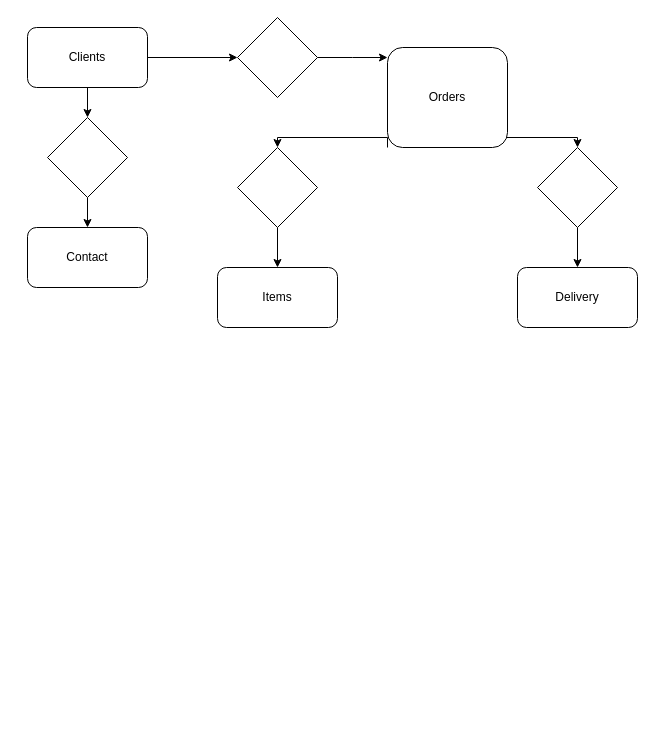
Above: tools/Untitled Diagram.drawio in melsiddieg/pc (draw.io), before the change. Source tidied: cells renumbered, new cells numbered last; positions are measured from the earlier drawing's top-left corner, leaving out a move shared by most shapes. Both pictures are drawn from the tidied source at 100%, with x=0, y=0 at pixel (27, 17).
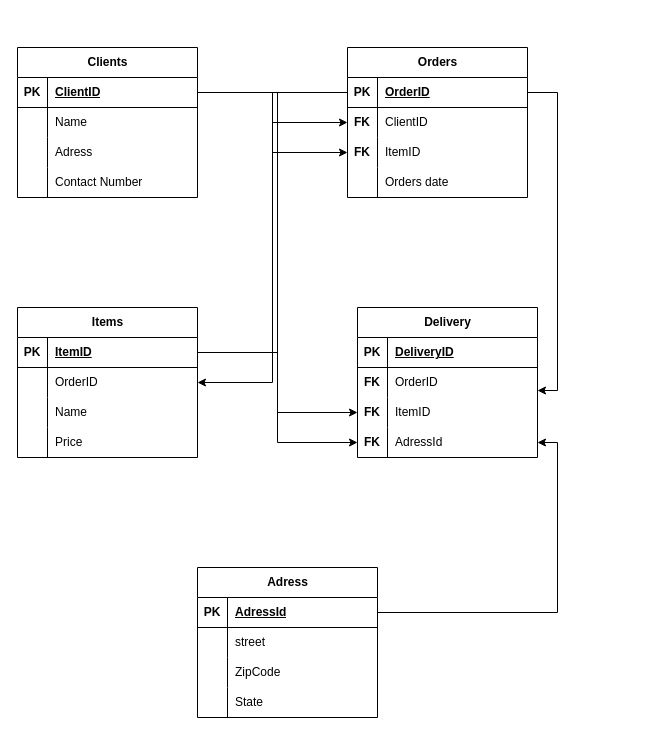
Above is the later version.

The edit, as a diff of the source:
```diff
@@
+    <mxCell id="5" value="Clients" style="shape=table;startSize=30;childLayout=tableLayout;rowLines=0;fontStyle=1;align=center;html=1;" parent="1" vertex="1">
+      <mxGeometry x="-10" y="30" width="180" height="150" as="geometry" />
+    </mxCell>
+    <mxCell id="19" style="shape=tableRow;horizontal=0;startSize=0;swimlaneHead=0;swimlaneBody=0;fillColor=none;points=[[0,0.5],[1,0.5]];portConstraint=eastwest;top=0;left=0;right=0;bottom=1;" parent="5" vertex="1">
+      <mxGeometry y="30" width="180" height="30" as="geometry" />
+    </mxCell>
+    <mxCell id="20" value="PK" style="shape=partialRectangle;fillColor=none;top=0;left=0;bottom=0;right=0;fontStyle=1;overflow=hidden;whiteSpace=wrap;html=1;" parent="19" vertex="1">
+      <mxGeometry width="30" height="30" as="geometry" />
+    </mxCell>
+    <mxCell id="21" value="ClientID" style="shape=partialRectangle;fillColor=none;top=0;left=0;bottom=0;right=0;align=left;spacingLeft=6;fontStyle=5;overflow=hidden;whiteSpace=wrap;html=1;" parent="19" vertex="1">
+      <mxGeometry x="30" width="150" height="30" as="geometry" />
+    </mxCell>
+    <mxCell id="22" style="shape=tableRow;horizontal=0;startSize=0;swimlaneHead=0;swimlaneBody=0;fillColor=none;top=0;left=0;right=0;bottom=0;" parent="5" vertex="1">
+      <mxGeometry y="60" width="180" height="30" as="geometry" />
+    </mxCell>
+    <mxCell id="23" style="shape=partialRectangle;fillColor=none;top=0;left=0;bottom=0;right=0;overflow=hidden;whiteSpace=wrap;html=1;" parent="22" vertex="1">
+      <mxGeometry width="30" height="30" as="geometry" />
+    </mxCell>
+    <mxCell id="24" value="Name" style="shape=partialRectangle;fillColor=none;top=0;left=0;bottom=0;right=0;align=left;spacingLeft=6;overflow=hidden;whiteSpace=wrap;html=1;" parent="22" vertex="1">
+      <mxGeometry x="30" width="150" height="30" as="geometry" />
+    </mxCell>
+    <mxCell id="25" style="shape=tableRow;horizontal=0;startSize=0;swimlaneHead=0;swimlaneBody=0;fillColor=none;top=0;left=0;right=0;bottom=0;" parent="5" vertex="1">
+      <mxGeometry y="90" width="180" height="30" as="geometry" />
+    </mxCell>
+    <mxCell id="26" style="shape=partialRectangle;fillColor=none;top=0;left=0;bottom=0;right=0;overflow=hidden;whiteSpace=wrap;html=1;" parent="25" vertex="1">
+      <mxGeometry width="30" height="30" as="geometry" />
+    </mxCell>
+    <mxCell id="27" value="Adress" style="shape=partialRectangle;fillColor=none;top=0;left=0;bottom=0;right=0;align=left;spacingLeft=6;overflow=hidden;whiteSpace=wrap;html=1;" parent="25" vertex="1">
+      <mxGeometry x="30" width="150" height="30" as="geometry" />
+    </mxCell>
+    <mxCell id="28" style="shape=tableRow;horizontal=0;startSize=0;swimlaneHead=0;swimlaneBody=0;fillColor=none;top=0;left=0;right=0;bottom=0;" parent="5" vertex="1">
+      <mxGeometry y="120" width="180" height="30" as="geometry" />
+    </mxCell>
+    <mxCell id="29" style="shape=partialRectangle;fillColor=none;top=0;left=0;bottom=0;right=0;overflow=hidden;whiteSpace=wrap;html=1;" parent="28" vertex="1">
+      <mxGeometry width="30" height="30" as="geometry" />
+    </mxCell>
+    <mxCell id="30" value="Contact Number" style="shape=partialRectangle;fillColor=none;top=0;left=0;bottom=0;right=0;align=left;spacingLeft=6;overflow=hidden;whiteSpace=wrap;html=1;" parent="28" vertex="1">
+      <mxGeometry x="30" width="150" height="30" as="geometry" />
+    </mxCell>
+    <mxCell id="8" value="Orders" style="shape=table;startSize=30;childLayout=tableLayout;rowLines=0;fontStyle=1;align=center;html=1;" parent="1" vertex="1">
+      <mxGeometry x="320" y="30" width="180" height="150" as="geometry" />
+    </mxCell>
+    <mxCell id="31" style="shape=tableRow;horizontal=0;startSize=0;swimlaneHead=0;swimlaneBody=0;fillColor=none;points=[[0,0.5],[1,0.5]];portConstraint=eastwest;top=0;left=0;right=0;bottom=1;" parent="8" vertex="1">
+      <mxGeometry y="30" width="180" height="30" as="geometry" />
+    </mxCell>
+    <mxCell id="32" value="PK" style="shape=partialRectangle;fillColor=none;top=0;left=0;bottom=0;right=0;fontStyle=1;overflow=hidden;whiteSpace=wrap;html=1;" parent="31" vertex="1">
+      <mxGeometry width="30" height="30" as="geometry" />
+    </mxCell>
+    <mxCell id="33" value="OrderID" style="shape=partialRectangle;fillColor=none;top=0;left=0;bottom=0;right=0;align=left;spacingLeft=6;fontStyle=5;overflow=hidden;whiteSpace=wrap;html=1;" parent="31" vertex="1">
+      <mxGeometry x="30" width="150" height="30" as="geometry" />
+    </mxCell>
+    <mxCell id="34" style="shape=tableRow;horizontal=0;startSize=0;swimlaneHead=0;swimlaneBody=0;fillColor=none;points=[[0,0.5],[1,0.5]];portConstraint=eastwest;top=0;left=0;right=0;bottom=0;" parent="8" vertex="1">
+      <mxGeometry y="60" width="180" height="30" as="geometry" />
+    </mxCell>
+    <mxCell id="35" value="&lt;b&gt;FK&lt;/b&gt;" style="shape=partialRectangle;fillColor=none;top=0;left=0;bottom=0;right=0;overflow=hidden;whiteSpace=wrap;html=1;" parent="34" vertex="1">
+      <mxGeometry width="30" height="30" as="geometry" />
+    </mxCell>
+    <mxCell id="36" value="ClientID" style="shape=partialRectangle;fillColor=none;top=0;left=0;bottom=0;right=0;align=left;spacingLeft=6;overflow=hidden;whiteSpace=wrap;html=1;" parent="34" vertex="1">
+      <mxGeometry x="30" width="150" height="30" as="geometry" />
+    </mxCell>
+    <mxCell id="37" style="shape=tableRow;horizontal=0;startSize=0;swimlaneHead=0;swimlaneBody=0;fillColor=none;points=[[0,0.5],[1,0.5]];portConstraint=eastwest;top=0;left=0;right=0;bottom=0;" parent="8" vertex="1">
+      <mxGeometry y="90" width="180" height="30" as="geometry" />
+    </mxCell>
+    <mxCell id="38" value="&lt;b&gt;FK&lt;/b&gt;" style="shape=partialRectangle;fillColor=none;top=0;left=0;bottom=0;right=0;overflow=hidden;whiteSpace=wrap;html=1;" parent="37" vertex="1">
+      <mxGeometry width="30" height="30" as="geometry" />
+    </mxCell>
+    <mxCell id="39" value="ItemID" style="shape=partialRectangle;fillColor=none;top=0;left=0;bottom=0;right=0;align=left;spacingLeft=6;overflow=hidden;whiteSpace=wrap;html=1;" parent="37" vertex="1">
+      <mxGeometry x="30" width="150" height="30" as="geometry" />
+    </mxCell>
+    <mxCell id="40" style="shape=tableRow;horizontal=0;startSize=0;swimlaneHead=0;swimlaneBody=0;fillColor=none;top=0;left=0;right=0;bottom=0;" parent="8" vertex="1">
+      <mxGeometry y="120" width="180" height="30" as="geometry" />
+    </mxCell>
+    <mxCell id="41" style="shape=partialRectangle;fillColor=none;top=0;left=0;bottom=0;right=0;overflow=hidden;whiteSpace=wrap;html=1;" parent="40" vertex="1">
+      <mxGeometry width="30" height="30" as="geometry" />
+    </mxCell>
+    <mxCell id="42" value="Orders date" style="shape=partialRectangle;fillColor=none;top=0;left=0;bottom=0;right=0;align=left;spacingLeft=6;overflow=hidden;whiteSpace=wrap;html=1;" parent="40" vertex="1">
+      <mxGeometry x="30" width="150" height="30" as="geometry" />
+    </mxCell>
+    <mxCell id="18" value="Items" style="shape=table;startSize=30;childLayout=tableLayout;rowLines=0;fontStyle=1;align=center;html=1;" parent="1" vertex="1">
+      <mxGeometry x="-10" y="290" width="180" height="150" as="geometry" />
+    </mxCell>
+    <mxCell id="43" style="shape=tableRow;horizontal=0;startSize=0;swimlaneHead=0;swimlaneBody=0;fillColor=none;points=[[0,0.5],[1,0.5]];portConstraint=eastwest;top=0;left=0;right=0;bottom=1;" parent="18" vertex="1">
+      <mxGeometry y="30" width="180" height="30" as="geometry" />
+    </mxCell>
+    <mxCell id="44" value="PK" style="shape=partialRectangle;fillColor=none;top=0;left=0;bottom=0;right=0;fontStyle=1;overflow=hidden;whiteSpace=wrap;html=1;" parent="43" vertex="1">
+      <mxGeometry width="30" height="30" as="geometry" />
+    </mxCell>
+    <mxCell id="45" value="ItemID" style="shape=partialRectangle;fillColor=none;top=0;left=0;bottom=0;right=0;align=left;spacingLeft=6;fontStyle=5;overflow=hidden;whiteSpace=wrap;html=1;" parent="43" vertex="1">
+      <mxGeometry x="30" width="150" height="30" as="geometry" />
+    </mxCell>
+    <mxCell id="46" style="shape=tableRow;horizontal=0;startSize=0;swimlaneHead=0;swimlaneBody=0;fillColor=none;points=[[0,0.5],[1,0.5]];portConstraint=eastwest;top=0;left=0;right=0;bottom=0;" parent="18" vertex="1">
+      <mxGeometry y="60" width="180" height="30" as="geometry" />
+    </mxCell>
+    <mxCell id="47" style="shape=partialRectangle;fillColor=none;top=0;left=0;bottom=0;right=0;overflow=hidden;whiteSpace=wrap;html=1;" parent="46" vertex="1">
+      <mxGeometry width="30" height="30" as="geometry" />
+    </mxCell>
+    <mxCell id="48" value="OrderID" style="shape=partialRectangle;fillColor=none;top=0;left=0;bottom=0;right=0;align=left;spacingLeft=6;overflow=hidden;whiteSpace=wrap;html=1;" parent="46" vertex="1">
+      <mxGeometry x="30" width="150" height="30" as="geometry" />
+    </mxCell>
+    <mxCell id="49" style="shape=tableRow;horizontal=0;startSize=0;swimlaneHead=0;swimlaneBody=0;fillColor=none;top=0;left=0;right=0;bottom=0;" parent="18" vertex="1">
+      <mxGeometry y="90" width="180" height="30" as="geometry" />
+    </mxCell>
+    <mxCell id="50" style="shape=partialRectangle;fillColor=none;top=0;left=0;bottom=0;right=0;overflow=hidden;whiteSpace=wrap;html=1;" parent="49" vertex="1">
+      <mxGeometry width="30" height="30" as="geometry" />
+    </mxCell>
+    <mxCell id="51" value="Name" style="shape=partialRectangle;fillColor=none;top=0;left=0;bottom=0;right=0;align=left;spacingLeft=6;overflow=hidden;whiteSpace=wrap;html=1;" parent="49" vertex="1">
+      <mxGeometry x="30" width="150" height="30" as="geometry" />
+    </mxCell>
+    <mxCell id="52" style="shape=tableRow;horizontal=0;startSize=0;swimlaneHead=0;swimlaneBody=0;fillColor=none;top=0;left=0;right=0;bottom=0;" parent="18" vertex="1">
+      <mxGeometry y="120" width="180" height="30" as="geometry" />
+    </mxCell>
+    <mxCell id="53" style="shape=partialRectangle;fillColor=none;top=0;left=0;bottom=0;right=0;overflow=hidden;whiteSpace=wrap;html=1;" parent="52" vertex="1">
+      <mxGeometry width="30" height="30" as="geometry" />
+    </mxCell>
+    <mxCell id="54" value="Price" style="shape=partialRectangle;fillColor=none;top=0;left=0;bottom=0;right=0;align=left;spacingLeft=6;overflow=hidden;whiteSpace=wrap;html=1;" parent="52" vertex="1">
+      <mxGeometry x="30" width="150" height="30" as="geometry" />
+    </mxCell>
-    <mxCell id="2" value="Delivery" style="rounded=1;whiteSpace=wrap;html=1;" parent="1" vertex="1">
-      <mxGeometry x="490" y="250" width="120" height="60" as="geometry" />
+    <mxCell id="2" value="Delivery" style="shape=table;startSize=30;childLayout=tableLayout;rowLines=0;fontStyle=1;align=center;html=1;" parent="1" vertex="1">
+      <mxGeometry x="330" y="290" width="180" height="150" as="geometry" />
     </mxCell>
-    <mxCell id="3" style="edgeStyle=orthogonalEdgeStyle;rounded=0;jettySize=auto;html=1;exitX=1;exitY=0.5;exitDx=0;exitDy=0;entryX=0;entryY=0.5;entryDx=0;entryDy=0;" parent="1" edge="1" source="5" target="12">
-      <mxGeometry relative="1" as="geometry" />
-    </mxCell>
-    <mxCell id="4" style="edgeStyle=orthogonalEdgeStyle;rounded=0;jettySize=auto;html=1;exitX=0.5;exitY=1;exitDx=0;exitDy=0;entryX=0.5;entryY=0;entryDx=0;entryDy=0;" parent="1" edge="1" source="5" target="10">
-      <mxGeometry relative="1" as="geometry" />
-    </mxCell>
-    <mxCell id="5" value="Clients" style="rounded=1;whiteSpace=wrap;html=1;" parent="1" vertex="1">
-      <mxGeometry y="10" width="120" height="60" as="geometry" />
-    </mxCell>
-    <mxCell id="6" style="edgeStyle=orthogonalEdgeStyle;rounded=0;jettySize=auto;html=1;exitX=0.5;exitY=1;exitDx=0;exitDy=0;entryX=0.5;entryY=0;entryDx=0;entryDy=0;" parent="1" edge="1" source="8" target="14">
-      <mxGeometry relative="1" as="geometry">
-        <Array as="points">
-          <mxPoint x="420" y="120" />
-          <mxPoint x="550" y="120" />
-        </Array>
-      </mxGeometry>
-    </mxCell>
-    <mxCell id="7" style="edgeStyle=orthogonalEdgeStyle;rounded=0;jettySize=auto;html=1;exitX=0;exitY=1;exitDx=0;exitDy=0;" parent="1" edge="1" source="8" target="16">
-      <mxGeometry relative="1" as="geometry">
-        <Array as="points">
-          <mxPoint x="360" y="120" />
-          <mxPoint x="250" y="120" />
-        </Array>
-      </mxGeometry>
-    </mxCell>
-    <mxCell id="8" value="Orders" style="rounded=1;whiteSpace=wrap;html=1;" parent="1" vertex="1">
-      <mxGeometry x="360" y="30" width="120" height="100" as="geometry" />
-    </mxCell>
-    <mxCell id="9" style="edgeStyle=orthogonalEdgeStyle;rounded=0;jettySize=auto;html=1;exitX=0.5;exitY=1;exitDx=0;exitDy=0;entryX=0.5;entryY=0;entryDx=0;entryDy=0;" parent="1" edge="1" source="10" target="17">
-      <mxGeometry relative="1" as="geometry" />
-    </mxCell>
-    <mxCell id="10" style="rhombus;whiteSpace=wrap;html=1;" parent="1" vertex="1">
-      <mxGeometry x="20" y="100" width="80" height="80" as="geometry" />
-    </mxCell>
-    <mxCell id="11" style="edgeStyle=orthogonalEdgeStyle;rounded=0;jettySize=auto;html=1;" parent="1" edge="1" source="12">
-      <mxGeometry relative="1" as="geometry">
-        <mxPoint x="360" y="40" as="targetPoint" />
-      </mxGeometry>
-    </mxCell>
-    <mxCell id="12" style="rhombus;whiteSpace=wrap;html=1;" parent="1" vertex="1">
-      <mxGeometry x="210" width="80" height="80" as="geometry" />
-    </mxCell>
-    <mxCell id="13" style="edgeStyle=orthogonalEdgeStyle;rounded=0;jettySize=auto;html=1;exitX=0.5;exitY=1;exitDx=0;exitDy=0;entryX=0.5;entryY=0;entryDx=0;entryDy=0;" parent="1" edge="1" source="14" target="2">
-      <mxGeometry relative="1" as="geometry" />
-    </mxCell>
-    <mxCell id="14" style="rhombus;whiteSpace=wrap;html=1;" parent="1" vertex="1">
-      <mxGeometry x="510" y="130" width="80" height="80" as="geometry" />
-    </mxCell>
-    <mxCell id="15" style="edgeStyle=orthogonalEdgeStyle;rounded=0;jettySize=auto;html=1;exitX=0.5;exitY=1;exitDx=0;exitDy=0;" parent="1" edge="1" source="16" target="18">
-      <mxGeometry relative="1" as="geometry" />
-    </mxCell>
-    <mxCell id="16" style="rhombus;whiteSpace=wrap;html=1;" parent="1" vertex="1">
-      <mxGeometry x="210" y="130" width="80" height="80" as="geometry" />
-    </mxCell>
-    <mxCell id="17" value="Contact" style="rounded=1;whiteSpace=wrap;html=1;" parent="1" vertex="1">
-      <mxGeometry y="210" width="120" height="60" as="geometry" />
-    </mxCell>
-    <mxCell id="18" value="Items" style="rounded=1;whiteSpace=wrap;html=1;" parent="1" vertex="1">
-      <mxGeometry x="190" y="250" width="120" height="60" as="geometry" />
-    </mxCell>
+    <mxCell id="55" style="shape=tableRow;horizontal=0;startSize=0;swimlaneHead=0;swimlaneBody=0;fillColor=none;top=0;left=0;right=0;bottom=1;" parent="2" vertex="1">
+      <mxGeometry y="30" width="180" height="30" as="geometry" />
+    </mxCell>
+    <mxCell id="56" value="PK" style="shape=partialRectangle;fillColor=none;top=0;left=0;bottom=0;right=0;fontStyle=1;overflow=hidden;whiteSpace=wrap;html=1;" parent="55" vertex="1">
+      <mxGeometry width="30" height="30" as="geometry" />
+    </mxCell>
+    <mxCell id="57" value="DeliveryID" style="shape=partialRectangle;fillColor=none;top=0;left=0;bottom=0;right=0;align=left;spacingLeft=6;fontStyle=5;overflow=hidden;whiteSpace=wrap;html=1;" parent="55" vertex="1">
+      <mxGeometry x="30" width="150" height="30" as="geometry" />
+    </mxCell>
+    <mxCell id="58" style="shape=tableRow;horizontal=0;startSize=0;swimlaneHead=0;swimlaneBody=0;fillColor=none;points=[[0,0.5],[1,0.5]];portConstraint=eastwest;top=0;left=0;right=0;bottom=0;" parent="2" vertex="1">
+      <mxGeometry y="60" width="180" height="30" as="geometry" />
+    </mxCell>
+    <mxCell id="59" value="&lt;b&gt;FK&lt;/b&gt;" style="shape=partialRectangle;fillColor=none;top=0;left=0;bottom=0;right=0;overflow=hidden;whiteSpace=wrap;html=1;" parent="58" vertex="1">
+      <mxGeometry width="30" height="30" as="geometry" />
+    </mxCell>
+    <mxCell id="60" value="OrderID" style="shape=partialRectangle;fillColor=none;top=0;left=0;bottom=0;right=0;align=left;spacingLeft=6;overflow=hidden;whiteSpace=wrap;html=1;" parent="58" vertex="1">
+      <mxGeometry x="30" width="150" height="30" as="geometry" />
+    </mxCell>
+    <mxCell id="61" style="shape=tableRow;horizontal=0;startSize=0;swimlaneHead=0;swimlaneBody=0;fillColor=none;points=[[0,0.5],[1,0.5]];portConstraint=eastwest;top=0;left=0;right=0;bottom=0;" parent="2" vertex="1">
+      <mxGeometry y="90" width="180" height="30" as="geometry" />
+    </mxCell>
+    <mxCell id="62" value="&lt;b&gt;FK&lt;/b&gt;" style="shape=partialRectangle;fillColor=none;top=0;left=0;bottom=0;right=0;overflow=hidden;whiteSpace=wrap;html=1;" parent="61" vertex="1">
+      <mxGeometry width="30" height="30" as="geometry" />
+    </mxCell>
+    <mxCell id="63" value="ItemID" style="shape=partialRectangle;fillColor=none;top=0;left=0;bottom=0;right=0;align=left;spacingLeft=6;overflow=hidden;whiteSpace=wrap;html=1;" parent="61" vertex="1">
+      <mxGeometry x="30" width="150" height="30" as="geometry" />
+    </mxCell>
+    <mxCell id="64" style="shape=tableRow;horizontal=0;startSize=0;swimlaneHead=0;swimlaneBody=0;fillColor=none;points=[[0,0.5],[1,0.5]];portConstraint=eastwest;top=0;left=0;right=0;bottom=0;" parent="2" vertex="1">
+      <mxGeometry y="120" width="180" height="30" as="geometry" />
+    </mxCell>
+    <mxCell id="65" value="&lt;b&gt;FK&lt;/b&gt;" style="shape=partialRectangle;fillColor=none;top=0;left=0;bottom=0;right=0;overflow=hidden;whiteSpace=wrap;html=1;" parent="64" vertex="1">
+      <mxGeometry width="30" height="30" as="geometry" />
+    </mxCell>
+    <mxCell id="66" value="AdressId" style="shape=partialRectangle;fillColor=none;top=0;left=0;bottom=0;right=0;align=left;spacingLeft=6;overflow=hidden;whiteSpace=wrap;html=1;" parent="64" vertex="1">
+      <mxGeometry x="30" width="150" height="30" as="geometry" />
+    </mxCell>
+    <mxCell id="67" style="edgeStyle=orthogonalEdgeStyle;rounded=0;jettySize=auto;html=1;entryX=0;entryY=0.5;entryDx=0;entryDy=0;" parent="1" edge="1" source="19" target="34">
+      <mxGeometry relative="1" as="geometry" />
+    </mxCell>
+    <mxCell id="68" style="edgeStyle=orthogonalEdgeStyle;rounded=0;jettySize=auto;html=1;entryX=1;entryY=0.5;entryDx=0;entryDy=0;" parent="1" edge="1" source="31" target="46">
+      <mxGeometry relative="1" as="geometry" />
+    </mxCell>
+    <mxCell id="69" style="edgeStyle=orthogonalEdgeStyle;rounded=0;jettySize=auto;html=1;" parent="1" edge="1" source="19" target="64">
+      <mxGeometry relative="1" as="geometry" />
+    </mxCell>
+    <mxCell id="70" style="edgeStyle=orthogonalEdgeStyle;rounded=0;jettySize=auto;html=1;entryX=0;entryY=0.5;entryDx=0;entryDy=0;" parent="1" edge="1" source="43" target="37">
+      <mxGeometry relative="1" as="geometry" />
+    </mxCell>
+    <mxCell id="71" style="edgeStyle=orthogonalEdgeStyle;rounded=0;jettySize=auto;html=1;entryX=0;entryY=0.5;entryDx=0;entryDy=0;" parent="1" edge="1" source="43" target="61">
+      <mxGeometry relative="1" as="geometry" />
+    </mxCell>
+    <mxCell id="72" style="edgeStyle=orthogonalEdgeStyle;rounded=0;jettySize=auto;html=1;entryX=1;entryY=0.767;entryDx=0;entryDy=0;entryPerimeter=0;" parent="1" edge="1" source="31" target="58">
+      <mxGeometry relative="1" as="geometry" />
+    </mxCell>
+    <mxCell id="73" value="Adress" style="shape=table;startSize=30;childLayout=tableLayout;rowLines=0;fontStyle=1;align=center;html=1;" parent="1" vertex="1">
+      <mxGeometry x="170" y="550" width="180" height="150" as="geometry" />
+    </mxCell>
+    <mxCell id="74" style="shape=tableRow;horizontal=0;startSize=0;swimlaneHead=0;swimlaneBody=0;fillColor=none;points=[[0,0.5],[1,0.5]];portConstraint=eastwest;top=0;left=0;right=0;bottom=1;" parent="73" vertex="1">
+      <mxGeometry y="30" width="180" height="30" as="geometry" />
+    </mxCell>
+    <mxCell id="75" value="PK" style="shape=partialRectangle;fillColor=none;top=0;left=0;bottom=0;right=0;fontStyle=1;overflow=hidden;whiteSpace=wrap;html=1;" parent="74" vertex="1">
+      <mxGeometry width="30" height="30" as="geometry" />
+    </mxCell>
+    <mxCell id="76" value="AdressId" style="shape=partialRectangle;fillColor=none;top=0;left=0;bottom=0;right=0;align=left;spacingLeft=6;fontStyle=5;overflow=hidden;whiteSpace=wrap;html=1;" parent="74" vertex="1">
+      <mxGeometry x="30" width="150" height="30" as="geometry" />
+    </mxCell>
+    <mxCell id="77" style="shape=tableRow;horizontal=0;startSize=0;swimlaneHead=0;swimlaneBody=0;fillColor=none;top=0;left=0;right=0;bottom=0;" parent="73" vertex="1">
+      <mxGeometry y="60" width="180" height="30" as="geometry" />
+    </mxCell>
+    <mxCell id="78" style="shape=partialRectangle;fillColor=none;top=0;left=0;bottom=0;right=0;overflow=hidden;whiteSpace=wrap;html=1;" parent="77" vertex="1">
+      <mxGeometry width="30" height="30" as="geometry" />
+    </mxCell>
+    <mxCell id="79" value="street" style="shape=partialRectangle;fillColor=none;top=0;left=0;bottom=0;right=0;align=left;spacingLeft=6;overflow=hidden;whiteSpace=wrap;html=1;" parent="77" vertex="1">
+      <mxGeometry x="30" width="150" height="30" as="geometry" />
+    </mxCell>
+    <mxCell id="80" style="shape=tableRow;horizontal=0;startSize=0;swimlaneHead=0;swimlaneBody=0;fillColor=none;top=0;left=0;right=0;bottom=0;" parent="73" vertex="1">
+      <mxGeometry y="90" width="180" height="30" as="geometry" />
+    </mxCell>
+    <mxCell id="81" style="shape=partialRectangle;fillColor=none;top=0;left=0;bottom=0;right=0;overflow=hidden;whiteSpace=wrap;html=1;" parent="80" vertex="1">
+      <mxGeometry width="30" height="30" as="geometry" />
+    </mxCell>
+    <mxCell id="82" value="ZipCode" style="shape=partialRectangle;fillColor=none;top=0;left=0;bottom=0;right=0;align=left;spacingLeft=6;overflow=hidden;whiteSpace=wrap;html=1;" parent="80" vertex="1">
+      <mxGeometry x="30" width="150" height="30" as="geometry" />
+    </mxCell>
+    <mxCell id="83" style="shape=tableRow;horizontal=0;startSize=0;swimlaneHead=0;swimlaneBody=0;fillColor=none;top=0;left=0;right=0;bottom=0;" parent="73" vertex="1">
+      <mxGeometry y="120" width="180" height="30" as="geometry" />
+    </mxCell>
+    <mxCell id="84" style="shape=partialRectangle;fillColor=none;top=0;left=0;bottom=0;right=0;overflow=hidden;whiteSpace=wrap;html=1;" parent="83" vertex="1">
+      <mxGeometry width="30" height="30" as="geometry" />
+    </mxCell>
+    <mxCell id="85" value="State" style="shape=partialRectangle;fillColor=none;top=0;left=0;bottom=0;right=0;align=left;spacingLeft=6;overflow=hidden;whiteSpace=wrap;html=1;" parent="83" vertex="1">
+      <mxGeometry x="30" width="150" height="30" as="geometry" />
+    </mxCell>
+    <mxCell id="86" style="edgeStyle=orthogonalEdgeStyle;rounded=0;jettySize=auto;html=1;entryX=1;entryY=0.5;entryDx=0;entryDy=0;" parent="1" edge="1" source="74" target="64">
+      <mxGeometry relative="1" as="geometry" />
+    </mxCell>
```
